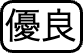
Before: bt1.drawio.png, a diagram exported from draw.io (ma38-ztmy/sand-cat-license). Source tidied: cells renumbered, new cells last; positions are measured from the earlier drawing's top-left corner, leaving out a move shared by most shapes. The source it was exported from:
```xml
<mxGraphModel>
  <root>
    <mxCell id="0" />
    <mxCell id="1" parent="0" />
    <mxCell id="2" value="&lt;font style=&quot;font-size: 36px;&quot;&gt;優良&lt;/font&gt;" style="rounded=1;whiteSpace=wrap;html=1;arcSize=22;strokeWidth=3;" parent="1" vertex="1">
      <mxGeometry width="80" height="50" as="geometry" />
    </mxCell>
  </root>
</mxGraphModel>
```
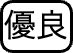
After the commit.

What changed in the source:
```diff
@@ -2,8 +2,8 @@
   <root>
     <mxCell id="0" />
     <mxCell id="1" parent="0" />
-    <mxCell id="2" value="&lt;font style=&quot;font-size: 36px;&quot;&gt;優良&lt;/font&gt;" style="rounded=1;whiteSpace=wrap;html=1;arcSize=22;strokeWidth=3;" parent="1" vertex="1">
-      <mxGeometry width="80" height="50" as="geometry" />
+    <mxCell id="2" value="&lt;font style=&quot;font-size: 32px;&quot;&gt;優良&lt;/font&gt;" style="rounded=1;whiteSpace=wrap;html=1;arcSize=22;strokeWidth=3;" parent="1" vertex="1">
+      <mxGeometry width="70" height="50" as="geometry" />
     </mxCell>
   </root>
 </mxGraphModel>
```
